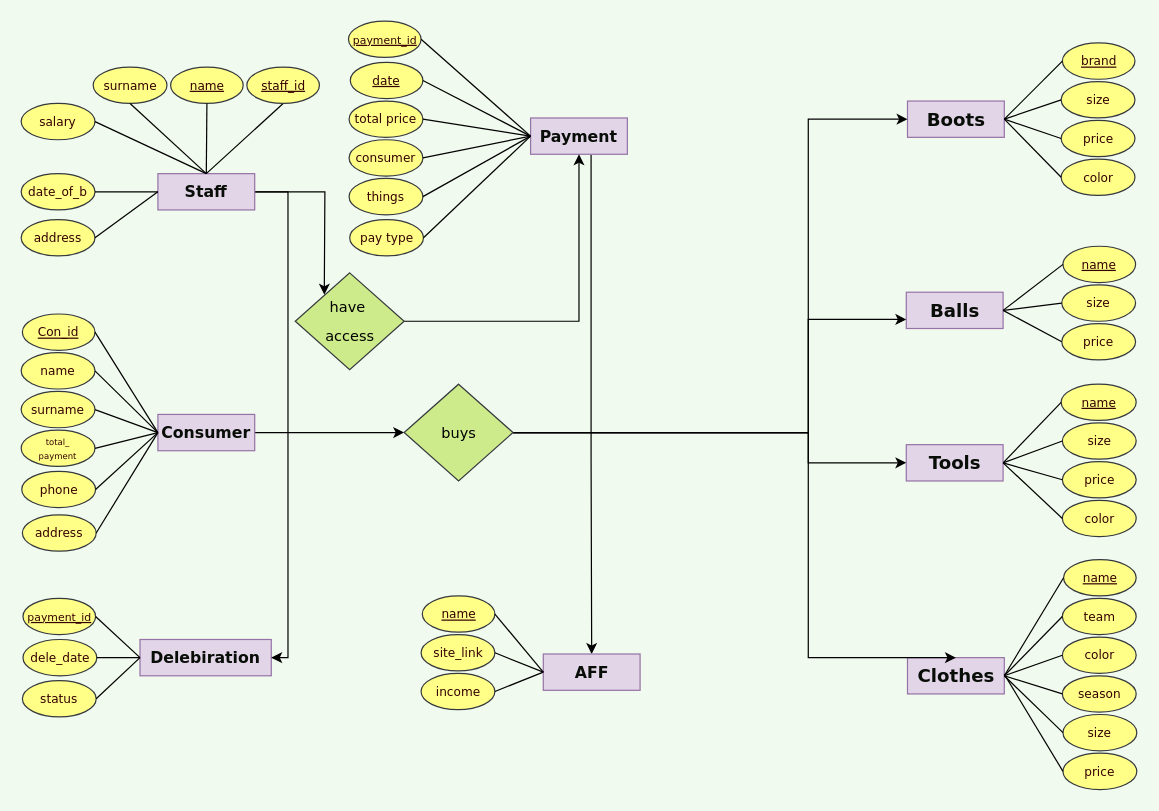
Above: ERD_Midterm.drawio in zhansserik/DBMS-2_project (draw.io), before the change. Source tidied: cells renumbered, new cells numbered last; positions are measured from the earlier drawing's top-left corner, leaving out a move shared by most shapes. Both pictures are drawn from the tidied source at 121%, with x=0, y=0 at pixel (21, 21).
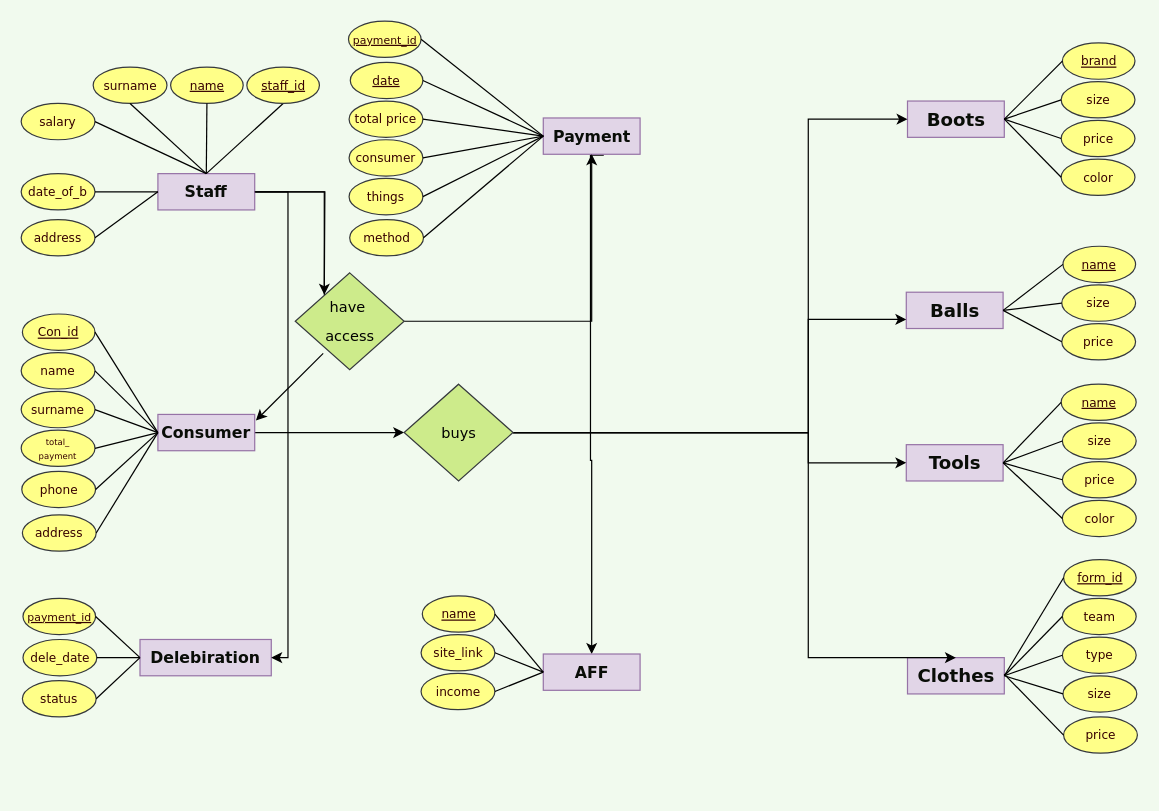
The same diagram, later.

The change refers to these unchanged cells:
```xml
<mxCell id="11" value="&lt;font color=&quot;#090d07&quot; style=&quot;font-size: 15px;&quot;&gt;Clothes&lt;/font&gt;" style="rounded=0;whiteSpace=wrap;html=1;shadow=0;labelBackgroundColor=none;labelBorderColor=none;sketch=0;fillStyle=auto;strokeColor=#9673a6;strokeWidth=1;fontFamily=Verdana;fontSize=13;fillColor=#e1d5e7;fontStyle=1;" parent="1" vertex="1">
  <mxGeometry x="732.5" y="526" width="80" height="30" as="geometry" />
</mxCell>
<mxCell id="84" value="&lt;font color=&quot;#090d07&quot; style=&quot;font-size: 13px;&quot;&gt;Staff&lt;br&gt;&lt;/font&gt;" style="rounded=0;whiteSpace=wrap;html=1;shadow=0;labelBackgroundColor=none;labelBorderColor=none;sketch=0;fillStyle=auto;strokeColor=#9673a6;strokeWidth=1;fontFamily=Verdana;fontSize=13;fillColor=#e1d5e7;fontStyle=1;" parent="1" vertex="1">
  <mxGeometry x="113" y="126" width="80" height="30" as="geometry" />
</mxCell>
<mxCell id="98" value="&lt;font style=&quot;font-size: 12px;&quot;&gt;have&amp;nbsp;&lt;br&gt;access&lt;br&gt;&lt;/font&gt;" style="strokeWidth=1;html=1;shape=mxgraph.flowchart.decision;whiteSpace=wrap;rounded=0;shadow=0;labelBackgroundColor=none;labelBorderColor=none;sketch=0;fillStyle=auto;strokeColor=#36393d;fontFamily=Verdana;fontSize=20;fillColor=#cdeb8b;verticalAlign=middle;labelPosition=center;verticalLabelPosition=middle;align=center;spacingTop=-7;" parent="1" vertex="1">
  <mxGeometry x="226.5" y="208" width="90" height="80" as="geometry" />
</mxCell>
```

Diff of the diagram source:
```diff
@@
-    <mxCell id="12" value="&lt;font color=&quot;#360000&quot; style=&quot;font-size: 10px;&quot;&gt;&lt;u&gt;name&lt;/u&gt;&lt;/font&gt;" style="ellipse;whiteSpace=wrap;html=1;rounded=0;shadow=0;labelBackgroundColor=none;labelBorderColor=none;sketch=0;fillStyle=auto;strokeColor=#36393d;strokeWidth=1;fontFamily=Verdana;fontSize=10;fillColor=#ffff88;" parent="1" vertex="1">
+    <mxCell id="12" value="&lt;font color=&quot;#360000&quot; style=&quot;font-size: 10px;&quot;&gt;&lt;u&gt;form_id&lt;/u&gt;&lt;/font&gt;" style="ellipse;whiteSpace=wrap;html=1;rounded=0;shadow=0;labelBackgroundColor=none;labelBorderColor=none;sketch=0;fillStyle=auto;strokeColor=#36393d;strokeWidth=1;fontFamily=Verdana;fontSize=10;fillColor=#ffff88;" parent="1" vertex="1">
       <mxGeometry x="861.5" y="445" width="60" height="30" as="geometry" />
     </mxCell>
@@
-    <mxCell id="14" value="&lt;font color=&quot;#360000&quot; style=&quot;font-size: 10px;&quot;&gt;season&lt;/font&gt;" style="ellipse;whiteSpace=wrap;html=1;rounded=0;shadow=0;labelBackgroundColor=none;labelBorderColor=none;sketch=0;fillStyle=auto;strokeColor=#36393d;strokeWidth=1;fontFamily=Verdana;fontSize=10;fillColor=#ffff88;" parent="1" vertex="1">
-      <mxGeometry x="860.5" y="541" width="61" height="30" as="geometry" />
-    </mxCell>
-    <mxCell id="15" value="&lt;font color=&quot;#360000&quot; style=&quot;font-size: 10px;&quot;&gt;color&lt;/font&gt;" style="ellipse;whiteSpace=wrap;html=1;rounded=0;shadow=0;labelBackgroundColor=none;labelBorderColor=none;sketch=0;fillStyle=auto;strokeColor=#36393d;strokeWidth=1;fontFamily=Verdana;fontSize=10;fillColor=#ffff88;" parent="1" vertex="1">
+    <mxCell id="15" value="&lt;font color=&quot;#360000&quot; style=&quot;font-size: 10px;&quot;&gt;type&lt;/font&gt;" style="ellipse;whiteSpace=wrap;html=1;rounded=0;shadow=0;labelBackgroundColor=none;labelBorderColor=none;sketch=0;fillStyle=auto;strokeColor=#36393d;strokeWidth=1;fontFamily=Verdana;fontSize=10;fillColor=#ffff88;" parent="1" vertex="1">
       <mxGeometry x="860.5" y="509" width="61" height="30" as="geometry" />
     </mxCell>
@@
-    <mxCell id="17" style="endArrow=none;html=1;rounded=1;fontFamily=Helvetica;fontSize=11;fontColor=default;entryX=0;entryY=0.5;entryDx=0;entryDy=0;exitX=1;exitY=0.5;exitDx=0;exitDy=0;" parent="1" edge="1" source="11" target="14">
-      <mxGeometry relative="1" as="geometry" />
-    </mxCell>
@@
     <mxCell id="20" value="&lt;font color=&quot;#360000&quot; style=&quot;font-size: 10px;&quot;&gt;size&lt;/font&gt;" style="ellipse;whiteSpace=wrap;html=1;rounded=0;shadow=0;labelBackgroundColor=none;labelBorderColor=none;sketch=0;fillStyle=auto;strokeColor=#36393d;strokeWidth=1;fontFamily=Verdana;fontSize=10;fillColor=#ffff88;" parent="1" vertex="1">
-      <mxGeometry x="861" y="573" width="61" height="30" as="geometry" />
+      <mxGeometry x="861" y="541" width="61" height="30" as="geometry" />
     </mxCell>
     <mxCell id="21" value="&lt;font color=&quot;#360000&quot; style=&quot;font-size: 10px;&quot;&gt;price&lt;/font&gt;" style="ellipse;whiteSpace=wrap;html=1;rounded=0;shadow=0;labelBackgroundColor=none;labelBorderColor=none;sketch=0;fillStyle=auto;strokeColor=#36393d;strokeWidth=1;fontFamily=Verdana;fontSize=10;fillColor=#ffff88;" parent="1" vertex="1">
-      <mxGeometry x="861" y="605" width="61" height="30" as="geometry" />
+      <mxGeometry x="861.5" y="575" width="61" height="30" as="geometry" />
     </mxCell>
@@
     <mxCell id="53" value="&lt;font color=&quot;#090d07&quot; style=&quot;font-size: 13px;&quot;&gt;Payment&lt;/font&gt;" style="rounded=0;whiteSpace=wrap;html=1;shadow=0;labelBackgroundColor=none;labelBorderColor=none;sketch=0;fillStyle=auto;strokeColor=#9673a6;strokeWidth=1;fontFamily=Verdana;fontSize=13;fillColor=#e1d5e7;fontStyle=1;" parent="1" vertex="1">
-      <mxGeometry x="421" y="80" width="80" height="30" as="geometry" />
+      <mxGeometry x="431.5" y="80" width="80" height="30" as="geometry" />
     </mxCell>
@@
-    <mxCell id="62" value="&lt;font color=&quot;#360000&quot; style=&quot;font-size: 10px;&quot;&gt;pay type&lt;/font&gt;" style="ellipse;whiteSpace=wrap;html=1;rounded=0;shadow=0;labelBackgroundColor=none;labelBorderColor=none;sketch=0;fillStyle=auto;strokeColor=#36393d;strokeWidth=1;fontFamily=Verdana;fontSize=10;fillColor=#ffff88;" parent="1" vertex="1">
+    <mxCell id="62" value="&lt;font color=&quot;#360000&quot; style=&quot;font-size: 10px;&quot;&gt;method&lt;/font&gt;" style="ellipse;whiteSpace=wrap;html=1;rounded=0;shadow=0;labelBackgroundColor=none;labelBorderColor=none;sketch=0;fillStyle=auto;strokeColor=#36393d;strokeWidth=1;fontFamily=Verdana;fontSize=10;fillColor=#ffff88;" parent="1" vertex="1">
       <mxGeometry x="271.5" y="164" width="61" height="30" as="geometry" />
     </mxCell>
@@
+    <mxCell id="104" style="edgeStyle=orthogonalEdgeStyle;rounded=0;jettySize=auto;html=1;exitX=1;exitY=0.5;exitDx=0;exitDy=0;endArrow=none;endFill=0;" parent="1" edge="1" source="84">
+      <mxGeometry relative="1" as="geometry">
+        <mxPoint x="250.5" y="226" as="targetPoint" />
+        <Array as="points">
+          <mxPoint x="250" y="141" />
+        </Array>
+      </mxGeometry>
+    </mxCell>
+    <mxCell id="105" style="endArrow=classic;html=1;rounded=0;exitX=0.257;exitY=0.832;exitDx=0;exitDy=0;exitPerimeter=0;" parent="1" edge="1" source="98">
+      <mxGeometry relative="1" as="geometry">
+        <mxPoint x="194" y="330" as="targetPoint" />
+      </mxGeometry>
+    </mxCell>
```
